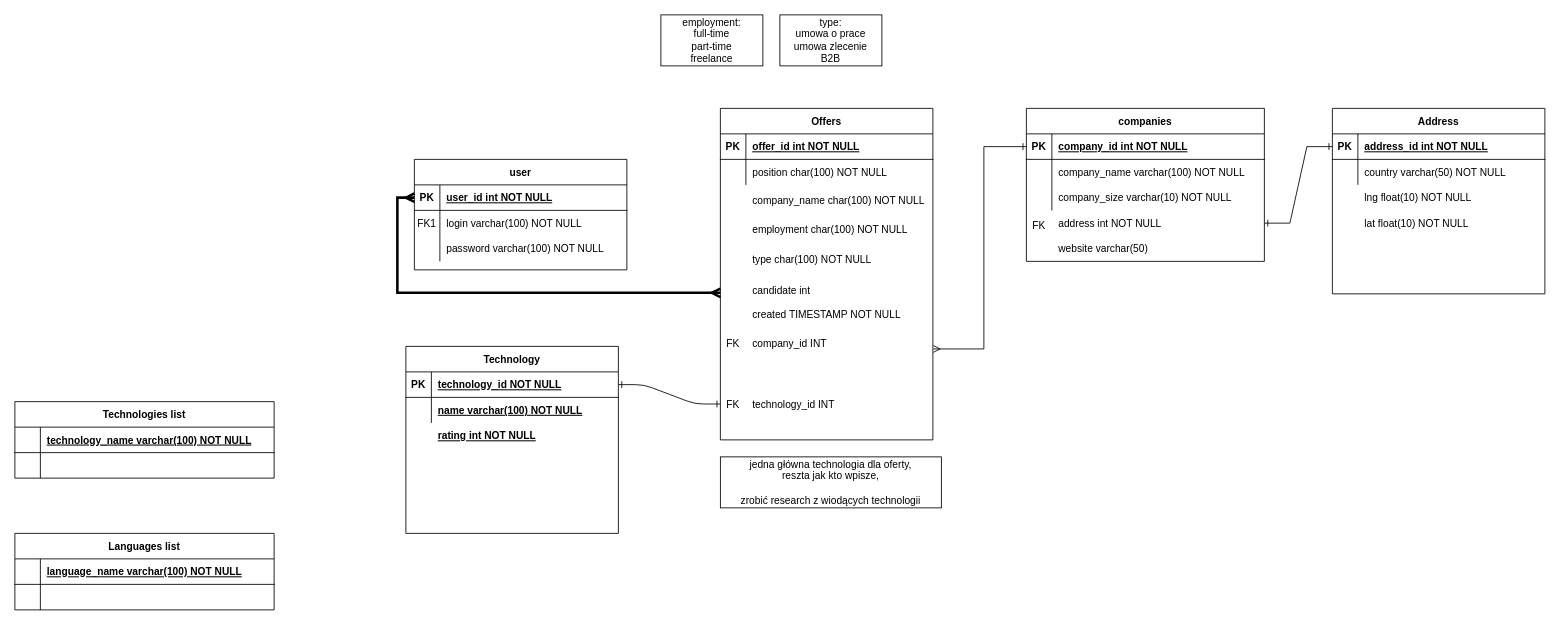
Future-Developers-Lab/Skill-Up keeps this draw.io diagram as schema/db.drawio. Above is the earlier version. Source tidied: cells renumbered, new cells numbered last; positions are measured from the earlier drawing's top-left corner, leaving out a move shared by most shapes. Both pictures are drawn from the tidied source at 85%, with x=0, y=0 at pixel (14, 14).
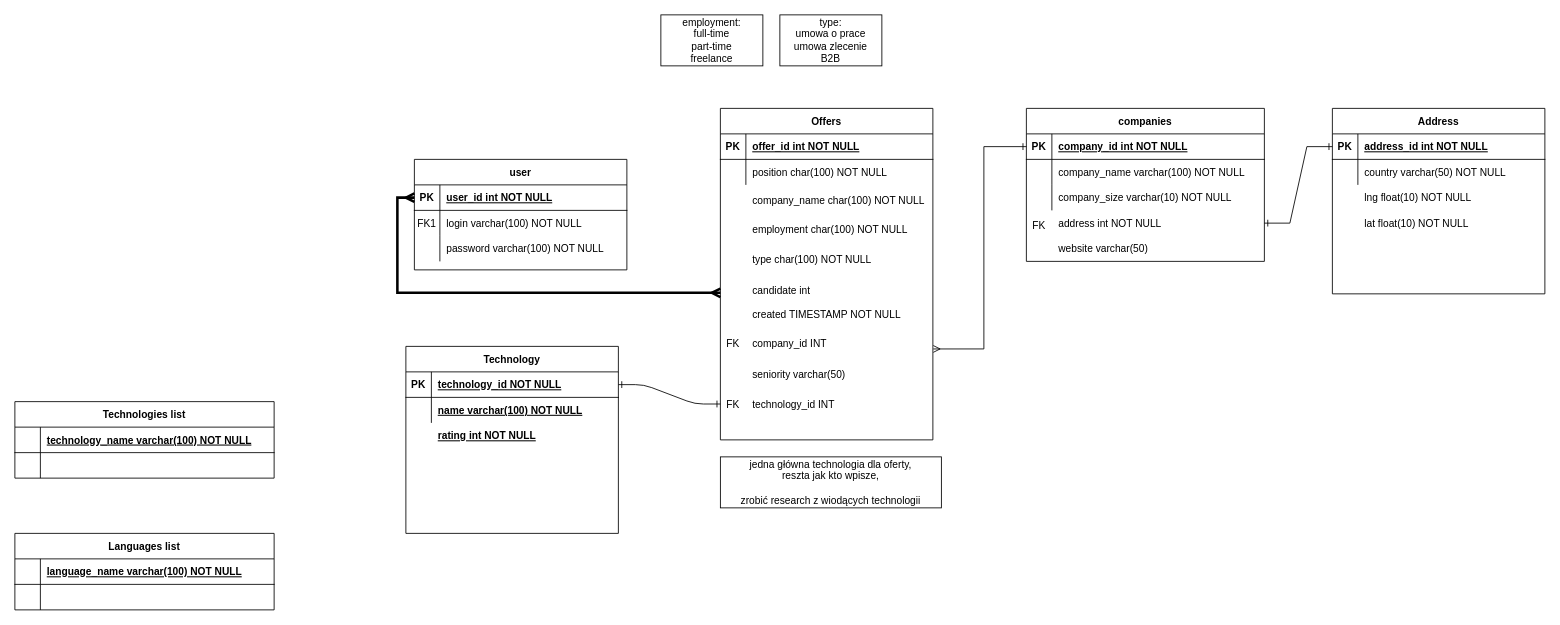
Above is the later version.

Unchanged cells that the change refers to:
```xml
<mxCell id="33" style="group;" parent="32" vertex="1">
  <mxGeometry width="250" height="390" as="geometry" />
</mxCell>
```

What changed in the source:
```diff
@@
+    <mxCell id="111" style="shape=partialRectangle;fillColor=none;top=0;left=0;right=0;bottom=0;" parent="33" vertex="1">
+      <mxGeometry y="294.4" width="250" height="35.6" as="geometry" />
+    </mxCell>
+    <mxCell id="112" style="shape=partialRectangle;overflow=hidden;fillColor=none;top=0;left=0;bottom=0;right=0;" parent="111" vertex="1">
+      <mxGeometry width="30" height="35.6" as="geometry" />
+    </mxCell>
+    <mxCell id="113" value="seniority varchar(50)" style="shape=partialRectangle;overflow=hidden;fillColor=none;top=0;left=0;bottom=0;right=0;align=left;spacingLeft=6;" parent="111" vertex="1">
+      <mxGeometry x="30" width="220" height="35.6" as="geometry" />
+    </mxCell>
```
